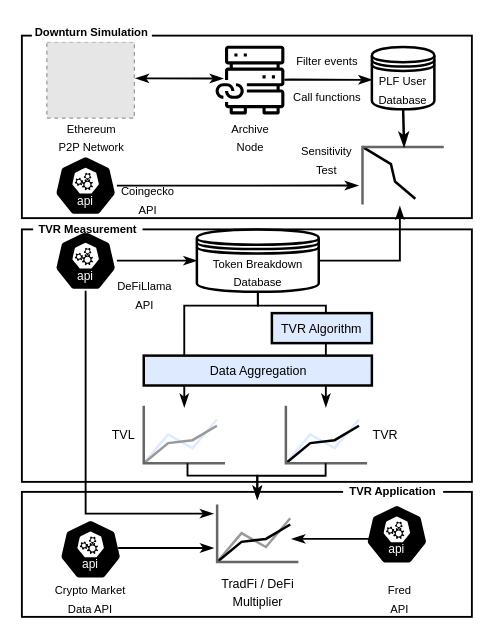
The draw.io diagram diagrams/data_pipeline.drawio in lyc0603/tvl-measurement, before the edit. Source tidied: cells renumbered, new cells numbered last; positions are measured from the earlier drawing's top-left corner, leaving out a move shared by most shapes. Both pictures are drawn from the tidied source at 125%, with x=0, y=0 at pixel (21, 21). Pictures stored in the file or linked from it are replaced by grey dashed boxes.
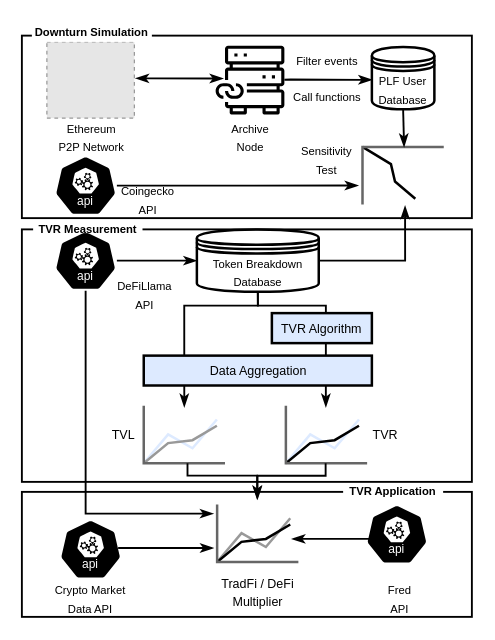
After the change.

The change refers to these unchanged cells:
```xml
<mxCell id="11" value="&lt;font style=&quot;font-size: 9px;&quot;&gt;PLF User&lt;br style=&quot;border-color: var(--border-color);&quot;&gt;Database&lt;/font&gt;" style="shape=datastore;whiteSpace=wrap;html=1;strokeWidth=2;fillColor=none;" parent="1" vertex="1">
  <mxGeometry x="280" y="20" width="50" height="50" as="geometry" />
</mxCell>
<mxCell id="15" value="&lt;font style=&quot;font-size: 9px;&quot;&gt;Token Breakdown&lt;br style=&quot;border-color: var(--border-color);&quot;&gt;Database&lt;/font&gt;" style="shape=datastore;whiteSpace=wrap;html=1;strokeWidth=2;fillColor=none;" parent="1" vertex="1">
  <mxGeometry x="140" y="166" width="97.5" height="50" as="geometry" />
</mxCell>
<mxCell id="23" style="verticalLabelPosition=bottom;shadow=0;dashed=0;align=center;html=1;verticalAlign=top;strokeWidth=1;shape=mxgraph.mockup.graphics.lineChart;strokeColor=none;strokeColor2=#666666;strokeColor3=#000000;strokeColor4=#FFFFFF;direction=south;portConstraint=none;fillColor=none;" parent="1" vertex="1">
  <mxGeometry x="272.5" y="100" width="65" height="46.1" as="geometry" />
</mxCell>
```

Change to the diagram source:
```diff
@@
-    <mxCell id="25" style="edgeStyle=orthogonalEdgeStyle;rounded=0;jettySize=auto;html=1;entryX=1.032;entryY=0.54;entryDx=0;entryDy=0;entryPerimeter=0;endArrow=classicThin;endFill=1;strokeWidth=1.5;" parent="1" edge="1" source="15" target="23">
+    <mxCell id="25" style="edgeStyle=orthogonalEdgeStyle;rounded=0;jettySize=auto;html=1;entryX=1.023;entryY=0.476;entryDx=0;entryDy=0;entryPerimeter=0;endArrow=classicThin;endFill=1;strokeWidth=1.5;" parent="1" edge="1" source="15" target="23">
       <mxGeometry relative="1" as="geometry">
         <Array as="points">
-          <mxPoint x="302" y="191" />
+          <mxPoint x="307" y="191" />
+          <mxPoint x="307" y="147" />
         </Array>
       </mxGeometry>
     </mxCell>
-    <mxCell id="26" style="edgeStyle=orthogonalEdgeStyle;rounded=0;jettySize=auto;html=1;exitX=0.5;exitY=1;exitDx=0;exitDy=0;entryX=0.002;entryY=0.488;entryDx=0;entryDy=0;entryPerimeter=0;strokeWidth=2;endArrow=classicThin;endFill=1;" parent="1" edge="1" source="11" target="23">
+    <mxCell id="26" style="edgeStyle=orthogonalEdgeStyle;rounded=0;jettySize=auto;html=1;exitX=0.5;exitY=1;exitDx=0;exitDy=0;entryX=0.002;entryY=0.488;entryDx=0;entryDy=0;entryPerimeter=0;strokeWidth=1.5;endArrow=classicThin;endFill=1;" parent="1" edge="1" source="11" target="23">
       <mxGeometry relative="1" as="geometry" />
     </mxCell>
```
